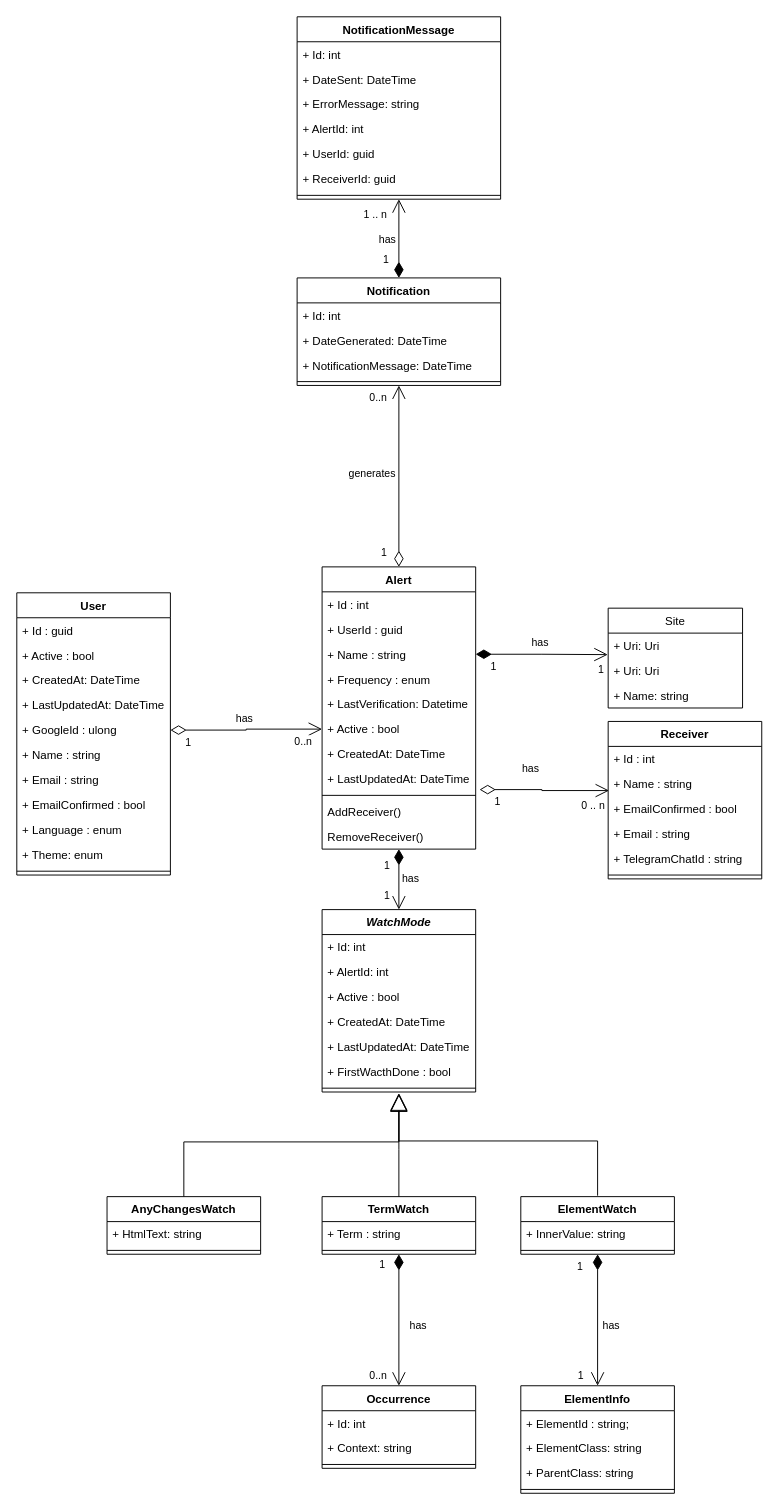
Before: docs/SiteWatcher-ClassDiagram.drawio in xilapa/SiteWatcher, a draw.io diagram. Source tidied: cells renumbered, new cells numbered last; positions are measured from the earlier drawing's top-left corner, leaving out a move shared by most shapes. Both pictures are drawn from the tidied source at 96%, with x=0, y=0 at pixel (16, 16).
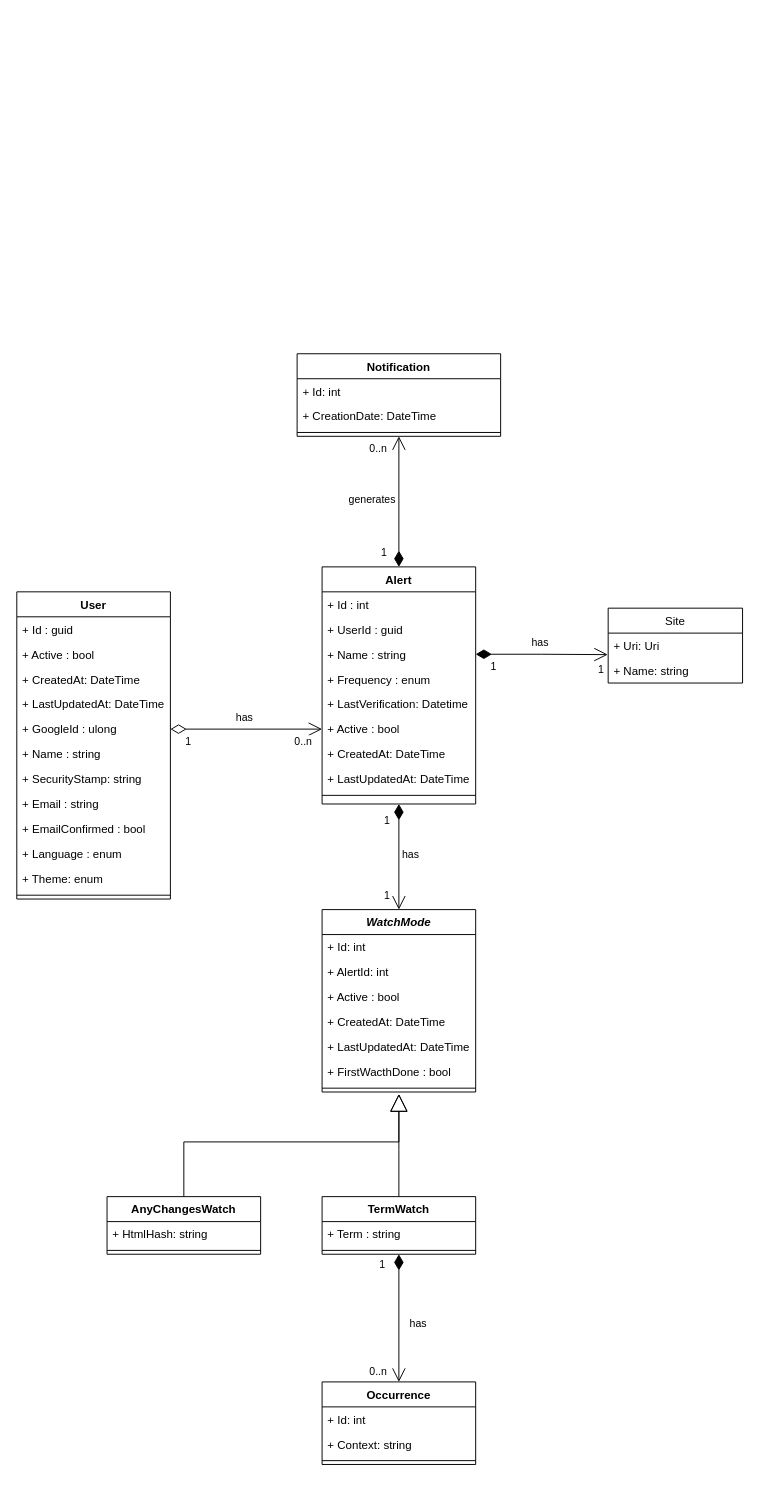
Above is the later version.

Commit message:
class diagram updated

Unchanged cells that the change refers to:
```xml
<mxCell id="17" value="+ Name : string" style="text;align=left;verticalAlign=top;spacingLeft=4;spacingRight=4;overflow=hidden;points=[[0,0.5],[1,0.5]];portConstraint=eastwest;" parent="14" vertex="1">
  <mxGeometry y="78" width="160" height="26" as="geometry" />
</mxCell>
<mxCell id="22" value="+ LastUpdatedAt: DateTime" style="text;align=left;verticalAlign=top;spacingLeft=4;spacingRight=4;overflow=hidden;points=[[0,0.5],[1,0.5]];portConstraint=eastwest;" parent="14" vertex="1">
  <mxGeometry y="208" width="160" height="26" as="geometry" />
</mxCell>
<mxCell id="45" value="AnyChangesWatch" style="swimlane;fontStyle=1;align=center;verticalAlign=top;horizontal=1;startSize=26;" parent="1" vertex="1">
  <mxGeometry x="94" y="1229" width="160" height="60" as="geometry" />
</mxCell>
```

The edit, as a diff of the source:
```diff
@@
     <mxCell id="2" value="User" style="swimlane;fontStyle=1;align=center;verticalAlign=top;horizontal=1;startSize=26;rounded=0;shadow=0;strokeWidth=1;" parent="1" vertex="1">
-      <mxGeometry y="600" width="160" height="294" as="geometry" />
+      <mxGeometry y="599" width="160" height="320" as="geometry" />
     </mxCell>
@@
+    <mxCell id="104" value="+ SecurityStamp: string" style="text;align=left;verticalAlign=top;spacingLeft=4;spacingRight=4;overflow=hidden;" parent="2" vertex="1">
+      <mxGeometry y="182" width="160" height="26" as="geometry" />
+    </mxCell>
     <mxCell id="9" value="+ Email : string" style="text;align=left;verticalAlign=top;spacingLeft=4;spacingRight=4;overflow=hidden;" parent="2" vertex="1">
-      <mxGeometry y="182" width="160" height="26" as="geometry" />
+      <mxGeometry y="208" width="160" height="26" as="geometry" />
     </mxCell>
     <mxCell id="10" value="+ EmailConfirmed : bool" style="text;align=left;verticalAlign=top;spacingLeft=4;spacingRight=4;overflow=hidden;" parent="2" vertex="1">
-      <mxGeometry y="208" width="160" height="26" as="geometry" />
+      <mxGeometry y="234" width="160" height="26" as="geometry" />
     </mxCell>
     <mxCell id="11" value="+ Language : enum" style="text;align=left;verticalAlign=top;spacingLeft=4;spacingRight=4;overflow=hidden;" parent="2" vertex="1">
-      <mxGeometry y="234" width="160" height="26" as="geometry" />
+      <mxGeometry y="260" width="160" height="26" as="geometry" />
     </mxCell>
     <mxCell id="12" value="+ Theme: enum" style="text;align=left;verticalAlign=top;spacingLeft=4;spacingRight=4;overflow=hidden;" parent="2" vertex="1">
-      <mxGeometry y="260" width="160" height="26" as="geometry" />
+      <mxGeometry y="286" width="160" height="26" as="geometry" />
     </mxCell>
     <mxCell id="13" style="line;html=1;strokeWidth=1;align=left;verticalAlign=middle;spacingTop=-1;spacingLeft=3;spacingRight=3;labelPosition=right;" parent="2" vertex="1">
-      <mxGeometry y="286" width="160" height="8" as="geometry" />
+      <mxGeometry y="312" width="160" height="8" as="geometry" />
     </mxCell>
     <mxCell id="14" value="Alert" style="swimlane;fontStyle=1;align=center;verticalAlign=top;horizontal=1;startSize=26;rounded=0;shadow=0;strokeWidth=1;" parent="1" vertex="1">
-      <mxGeometry x="318" y="573" width="160" height="294" as="geometry" />
+      <mxGeometry x="318" y="573" width="160" height="247" as="geometry" />
     </mxCell>
@@
-    <mxCell id="24" value="AddReceiver()" style="text;align=left;verticalAlign=top;spacingLeft=4;spacingRight=4;overflow=hidden;rounded=0;shadow=0;html=0;" parent="14" vertex="1">
-      <mxGeometry y="242" width="160" height="26" as="geometry" />
-    </mxCell>
-    <mxCell id="25" value="RemoveReceiver()" style="text;align=left;verticalAlign=top;spacingLeft=4;spacingRight=4;overflow=hidden;rounded=0;shadow=0;html=0;" parent="14" vertex="1">
-      <mxGeometry y="268" width="160" height="26" as="geometry" />
-    </mxCell>
@@
-    <mxCell id="27" value="Receiver" style="swimlane;fontStyle=1;align=center;verticalAlign=top;horizontal=1;startSize=26;" parent="1" vertex="1">
-      <mxGeometry x="616" y="734" width="160" height="164" as="geometry" />
-    </mxCell>
-    <mxCell id="28" value="+ Id : int" style="text;strokeColor=none;fillColor=none;align=left;verticalAlign=top;spacingLeft=4;spacingRight=4;overflow=hidden;" parent="27" vertex="1">
-      <mxGeometry y="26" width="160" height="26" as="geometry" />
-    </mxCell>
-    <mxCell id="29" value="+ Name : string" style="text;strokeColor=none;fillColor=none;align=left;verticalAlign=top;spacingLeft=4;spacingRight=4;overflow=hidden;points=[[0,0.5],[1,0.5]];portConstraint=eastwest;" parent="27" vertex="1">
-      <mxGeometry y="52" width="160" height="26" as="geometry" />
-    </mxCell>
-    <mxCell id="30" value="+ EmailConfirmed : bool" style="text;strokeColor=none;fillColor=none;align=left;verticalAlign=top;spacingLeft=4;spacingRight=4;overflow=hidden;" parent="27" vertex="1">
-      <mxGeometry y="78" width="160" height="26" as="geometry" />
-    </mxCell>
-    <mxCell id="31" value="+ Email : string" style="text;strokeColor=none;fillColor=none;align=left;verticalAlign=top;spacingLeft=4;spacingRight=4;overflow=hidden;" parent="27" vertex="1">
-      <mxGeometry y="104" width="160" height="26" as="geometry" />
-    </mxCell>
-    <mxCell id="32" value="+ TelegramChatId : string" style="text;strokeColor=none;fillColor=none;align=left;verticalAlign=top;spacingLeft=4;spacingRight=4;overflow=hidden;" parent="27" vertex="1">
-      <mxGeometry y="130" width="160" height="26" as="geometry" />
-    </mxCell>
-    <mxCell id="33" style="line;strokeWidth=1;fillColor=none;align=left;verticalAlign=middle;spacingTop=-1;spacingLeft=3;spacingRight=3;labelPosition=right;" parent="27" vertex="1">
-      <mxGeometry y="156" width="160" height="8" as="geometry" />
-    </mxCell>
@@
-    <mxCell id="46" value="+ HtmlText: string" style="text;strokeColor=none;fillColor=none;align=left;verticalAlign=top;spacingLeft=4;spacingRight=4;overflow=hidden;" parent="45" vertex="1">
+    <mxCell id="46" value="+ HtmlHash: string" style="text;strokeColor=none;fillColor=none;align=left;verticalAlign=top;spacingLeft=4;spacingRight=4;overflow=hidden;" parent="45" vertex="1">
       <mxGeometry y="26" width="160" height="26" as="geometry" />
     </mxCell>
@@
-    <mxCell id="51" value="ElementWatch" style="swimlane;fontStyle=1;align=center;verticalAlign=top;horizontal=1;startSize=26;" parent="1" vertex="1">
-      <mxGeometry x="525" y="1229" width="160" height="60" as="geometry" />
-    </mxCell>
-    <mxCell id="52" value="+ InnerValue: string" style="text;strokeColor=none;fillColor=none;align=left;verticalAlign=top;spacingLeft=4;spacingRight=4;overflow=hidden;" parent="51" vertex="1">
-      <mxGeometry y="26" width="160" height="26" as="geometry" />
-    </mxCell>
-    <mxCell id="53" style="line;strokeWidth=1;fillColor=none;align=left;verticalAlign=middle;spacingTop=-1;spacingLeft=3;spacingRight=3;labelPosition=right;" parent="51" vertex="1">
-      <mxGeometry y="52" width="160" height="8" as="geometry" />
-    </mxCell>
@@
-    <mxCell id="56" style="endArrow=block;endSize=16;endFill=0;html=1;rounded=0;exitX=0.5;exitY=0;exitDx=0;exitDy=0;entryX=0.5;entryY=1;entryDx=0;entryDy=0;" parent="1" edge="1">
-      <mxGeometry relative="1" as="geometry">
-        <mxPoint x="605" y="1228" as="sourcePoint" />
-        <mxPoint x="398" y="1121" as="targetPoint" />
-        <Array as="points">
-          <mxPoint x="605" y="1171" />
-          <mxPoint x="398" y="1171" />
-        </Array>
-      </mxGeometry>
-    </mxCell>
     <mxCell id="57" value="Occurrence" style="swimlane;fontStyle=1;align=center;verticalAlign=top;horizontal=1;startSize=26;" parent="1" vertex="1">
-      <mxGeometry x="318" y="1426" width="160" height="86" as="geometry" />
+      <mxGeometry x="318" y="1422" width="160" height="86" as="geometry" />
     </mxCell>
@@
-    <mxCell id="61" value="ElementInfo" style="swimlane;fontStyle=1;align=center;verticalAlign=top;horizontal=1;startSize=26;" parent="1" vertex="1">
-      <mxGeometry x="525" y="1426" width="160" height="112" as="geometry" />
-    </mxCell>
-    <mxCell id="62" value="+ ElementId : string;" style="text;strokeColor=none;fillColor=none;align=left;verticalAlign=top;spacingLeft=4;spacingRight=4;overflow=hidden;" parent="61" vertex="1">
-      <mxGeometry y="26" width="160" height="26" as="geometry" />
-    </mxCell>
-    <mxCell id="63" value="+ ElementClass: string" style="text;strokeColor=none;fillColor=none;align=left;verticalAlign=top;spacingLeft=4;spacingRight=4;overflow=hidden;" parent="61" vertex="1">
-      <mxGeometry y="52" width="160" height="26" as="geometry" />
-    </mxCell>
-    <mxCell id="64" value="+ ParentClass: string" style="text;strokeColor=none;fillColor=none;align=left;verticalAlign=top;spacingLeft=4;spacingRight=4;overflow=hidden;" parent="61" vertex="1">
-      <mxGeometry y="78" width="160" height="26" as="geometry" />
-    </mxCell>
-    <mxCell id="65" style="line;strokeWidth=1;fillColor=none;align=left;verticalAlign=middle;spacingTop=-1;spacingLeft=3;spacingRight=3;labelPosition=right;" parent="61" vertex="1">
-      <mxGeometry y="104" width="160" height="8" as="geometry" />
-    </mxCell>
     <mxCell id="66" value="Notification" style="swimlane;fontStyle=1;align=center;verticalAlign=top;horizontal=1;startSize=26;" parent="1" vertex="1">
-      <mxGeometry x="292" y="272" width="212" height="112" as="geometry" />
+      <mxGeometry x="292" y="351" width="212" height="86" as="geometry" />
     </mxCell>
@@
-    <mxCell id="68" value="+ DateGenerated: DateTime" style="text;strokeColor=none;fillColor=none;align=left;verticalAlign=top;spacingLeft=4;spacingRight=4;overflow=hidden;" parent="66" vertex="1">
+    <mxCell id="68" value="+ CreationDate: DateTime" style="text;strokeColor=none;fillColor=none;align=left;verticalAlign=top;spacingLeft=4;spacingRight=4;overflow=hidden;" parent="66" vertex="1">
       <mxGeometry y="52" width="212" height="26" as="geometry" />
     </mxCell>
-    <mxCell id="69" value="+ NotificationMessage: DateTime" style="text;strokeColor=none;fillColor=none;align=left;verticalAlign=top;spacingLeft=4;spacingRight=4;overflow=hidden;" parent="66" vertex="1">
-      <mxGeometry y="78" width="212" height="26" as="geometry" />
-    </mxCell>
     <mxCell id="70" style="line;strokeWidth=1;fillColor=none;align=left;verticalAlign=middle;spacingTop=-1;spacingLeft=3;spacingRight=3;labelPosition=right;" parent="66" vertex="1">
-      <mxGeometry y="104" width="212" height="8" as="geometry" />
+      <mxGeometry y="78" width="212" height="8" as="geometry" />
     </mxCell>
@@
-    <mxCell id="74" value="generates" style="endArrow=open;html=1;endSize=12;startArrow=diamondThin;startSize=14;startFill=0;edgeStyle=orthogonalEdgeStyle;rounded=0;exitX=0.5;exitY=0;exitDx=0;exitDy=0;entryX=0.5;entryY=1;entryDx=0;entryDy=0;" parent="1" edge="1" source="14" target="66">
+    <mxCell id="74" value="generates" style="endArrow=open;html=1;endSize=12;startArrow=diamondThin;startSize=14;startFill=1;edgeStyle=orthogonalEdgeStyle;rounded=0;exitX=0.5;exitY=0;exitDx=0;exitDy=0;entryX=0.5;entryY=1;entryDx=0;entryDy=0;" parent="1" edge="1" source="14" target="66">
       <mxGeometry x="0.03" y="28" relative="1" as="geometry" />
     </mxCell>
@@
-    <mxCell id="80" value="has" style="endArrow=open;html=1;endSize=12;startArrow=diamondThin;startSize=14;startFill=1;edgeStyle=orthogonalEdgeStyle;rounded=0;exitX=0.5;exitY=1;exitDx=0;exitDy=0;entryX=0.5;entryY=0;entryDx=0;entryDy=0;" parent="1" edge="1" source="51" target="61">
-      <mxGeometry x="0.08" y="14" relative="1" as="geometry" />
-    </mxCell>
-    <mxCell id="81" value="1" style="edgeLabel;html=1;align=left;verticalAlign=top;" parent="80" vertex="1">
-      <mxGeometry x="-1" relative="1" as="geometry">
-        <mxPoint x="-23" as="offset" />
-      </mxGeometry>
-    </mxCell>
-    <mxCell id="82" value="1" style="edgeLabel;html=1;align=right;verticalAlign=top;" parent="80" vertex="1">
-      <mxGeometry x="1" relative="1" as="geometry">
-        <mxPoint x="-14" y="-24" as="offset" />
-      </mxGeometry>
-    </mxCell>
     <mxCell id="83" value="Site" style="swimlane;fontStyle=0;horizontal=1;startSize=26;fillColor=none;" parent="1" vertex="1">
-      <mxGeometry x="616" y="616" width="140" height="104" as="geometry" />
+      <mxGeometry x="616" y="616" width="140" height="78" as="geometry" />
     </mxCell>
-    <mxCell id="84" value="+ Uri: Uri" style="text;strokeColor=none;fillColor=none;align=left;verticalAlign=top;spacingLeft=4;spacingRight=4;overflow=hidden;points=[[0,0.5],[1,0.5]];portConstraint=eastwest;" parent="83" vertex="1">
-      <mxGeometry y="26" width="140" height="26" as="geometry" />
-    </mxCell>
     <mxCell id="85" value="+ Uri: Uri" style="text;strokeColor=none;fillColor=none;align=left;verticalAlign=top;spacingLeft=4;spacingRight=4;overflow=hidden;" parent="83" vertex="1">
-      <mxGeometry y="52" width="140" height="26" as="geometry" />
+      <mxGeometry y="26" width="140" height="26" as="geometry" />
     </mxCell>
     <mxCell id="86" value="+ Name: string" style="text;strokeColor=none;fillColor=none;align=left;verticalAlign=top;spacingLeft=4;spacingRight=4;overflow=hidden;" parent="83" vertex="1">
-      <mxGeometry y="78" width="140" height="26" as="geometry" />
+      <mxGeometry y="52" width="140" height="26" as="geometry" />
     </mxCell>
-    <mxCell id="87" value="NotificationMessage" style="swimlane;fontStyle=1;align=center;verticalAlign=top;horizontal=1;startSize=26;" parent="1" vertex="1">
-      <mxGeometry x="292" width="212" height="190" as="geometry" />
-    </mxCell>
-    <mxCell id="88" value="+ Id: int" style="text;strokeColor=none;fillColor=none;align=left;verticalAlign=top;spacingLeft=4;spacingRight=4;overflow=hidden;" parent="87" vertex="1">
-      <mxGeometry y="26" width="212" height="26" as="geometry" />
-    </mxCell>
-    <mxCell id="89" value="+ DateSent: DateTime" style="text;strokeColor=none;fillColor=none;align=left;verticalAlign=top;spacingLeft=4;spacingRight=4;overflow=hidden;" parent="87" vertex="1">
-      <mxGeometry y="52" width="212" height="26" as="geometry" />
-    </mxCell>
-    <mxCell id="90" value="+ ErrorMessage: string" style="text;strokeColor=none;fillColor=none;align=left;verticalAlign=top;spacingLeft=4;spacingRight=4;overflow=hidden;" parent="87" vertex="1">
-      <mxGeometry y="78" width="212" height="26" as="geometry" />
-    </mxCell>
-    <mxCell id="91" value="+ AlertId: int" style="text;strokeColor=none;fillColor=none;align=left;verticalAlign=top;spacingLeft=4;spacingRight=4;overflow=hidden;" parent="87" vertex="1">
-      <mxGeometry y="104" width="212" height="26" as="geometry" />
-    </mxCell>
-    <mxCell id="92" value="+ UserId: guid" style="text;strokeColor=none;fillColor=none;align=left;verticalAlign=top;spacingLeft=4;spacingRight=4;overflow=hidden;" parent="87" vertex="1">
-      <mxGeometry y="130" width="212" height="26" as="geometry" />
-    </mxCell>
-    <mxCell id="93" value="+ ReceiverId: guid" style="text;strokeColor=none;fillColor=none;align=left;verticalAlign=top;spacingLeft=4;spacingRight=4;overflow=hidden;" parent="87" vertex="1">
-      <mxGeometry y="156" width="212" height="26" as="geometry" />
-    </mxCell>
-    <mxCell id="94" style="line;strokeWidth=1;fillColor=none;align=left;verticalAlign=middle;spacingTop=-1;spacingLeft=3;spacingRight=3;labelPosition=right;" parent="87" vertex="1">
-      <mxGeometry y="182" width="212" height="8" as="geometry" />
-    </mxCell>
-    <mxCell id="95" value="has" style="endArrow=open;html=1;endSize=12;startArrow=diamondThin;startSize=14;startFill=1;edgeStyle=orthogonalEdgeStyle;rounded=0;exitX=0.5;exitY=0;exitDx=0;exitDy=0;entryX=0.5;entryY=1;entryDx=0;entryDy=0;" parent="1" edge="1" source="66" target="87">
-      <mxGeometry x="-0.03" y="12" relative="1" as="geometry" />
-    </mxCell>
-    <mxCell id="96" value="1" style="edgeLabel;html=1;align=left;verticalAlign=top;" parent="95" vertex="1">
-      <mxGeometry x="-1" relative="1" as="geometry">
-        <mxPoint x="-18" y="-32" as="offset" />
-      </mxGeometry>
-    </mxCell>
-    <mxCell id="97" value="1 .. n" style="edgeLabel;html=1;align=right;verticalAlign=top;" parent="95" vertex="1">
-      <mxGeometry x="1" relative="1" as="geometry">
-        <mxPoint x="-12" y="3" as="offset" />
-      </mxGeometry>
-    </mxCell>
-    <mxCell id="98" value="has" style="endArrow=open;html=1;endSize=12;startArrow=diamondThin;startSize=14;startFill=1;edgeStyle=orthogonalEdgeStyle;rounded=0;entryX=-0.003;entryY=0.862;entryDx=0;entryDy=0;entryPerimeter=0;exitX=1;exitY=0.5;exitDx=0;exitDy=0;" parent="1" edge="1" source="17" target="84">
-      <mxGeometry x="-0.03" y="12" relative="1" as="geometry" />
+    <mxCell id="98" value="has" style="endArrow=open;html=1;endSize=12;startArrow=diamondThin;startSize=14;startFill=1;edgeStyle=orthogonalEdgeStyle;rounded=0;entryX=-0.003;entryY=0.862;entryDx=0;entryDy=0;entryPerimeter=0;exitX=1;exitY=0.5;exitDx=0;exitDy=0;" parent="1" edge="1" source="17">
+      <mxGeometry x="-0.03" y="12" relative="1" as="geometry">
+        <mxPoint x="615.6" y="664.4" as="targetPoint" />
+      </mxGeometry>
     </mxCell>
@@
-    <mxCell id="101" value="has" style="endArrow=open;html=1;endSize=12;startArrow=diamondThin;startSize=14;startFill=0;edgeStyle=orthogonalEdgeStyle;rounded=0;exitX=1.025;exitY=0.923;exitDx=0;exitDy=0;exitPerimeter=0;entryX=0.006;entryY=0.769;entryDx=0;entryDy=0;entryPerimeter=0;" parent="1" edge="1" source="22" target="29">
-      <mxGeometry x="-0.06" y="11" relative="1" as="geometry">
-        <mxPoint x="-11" y="-11" as="offset" />
-      </mxGeometry>
-    </mxCell>
-    <mxCell id="102" value="1" style="edgeLabel;html=1;align=left;verticalAlign=top;" parent="101" vertex="1">
-      <mxGeometry x="-1" relative="1" as="geometry">
-        <mxPoint x="14" as="offset" />
-      </mxGeometry>
-    </mxCell>
-    <mxCell id="103" value="0 .. n" style="edgeLabel;html=1;align=right;verticalAlign=top;" parent="101" vertex="1">
-      <mxGeometry x="1" relative="1" as="geometry">
-        <mxPoint x="-4" y="3" as="offset" />
-      </mxGeometry>
-    </mxCell>
```
